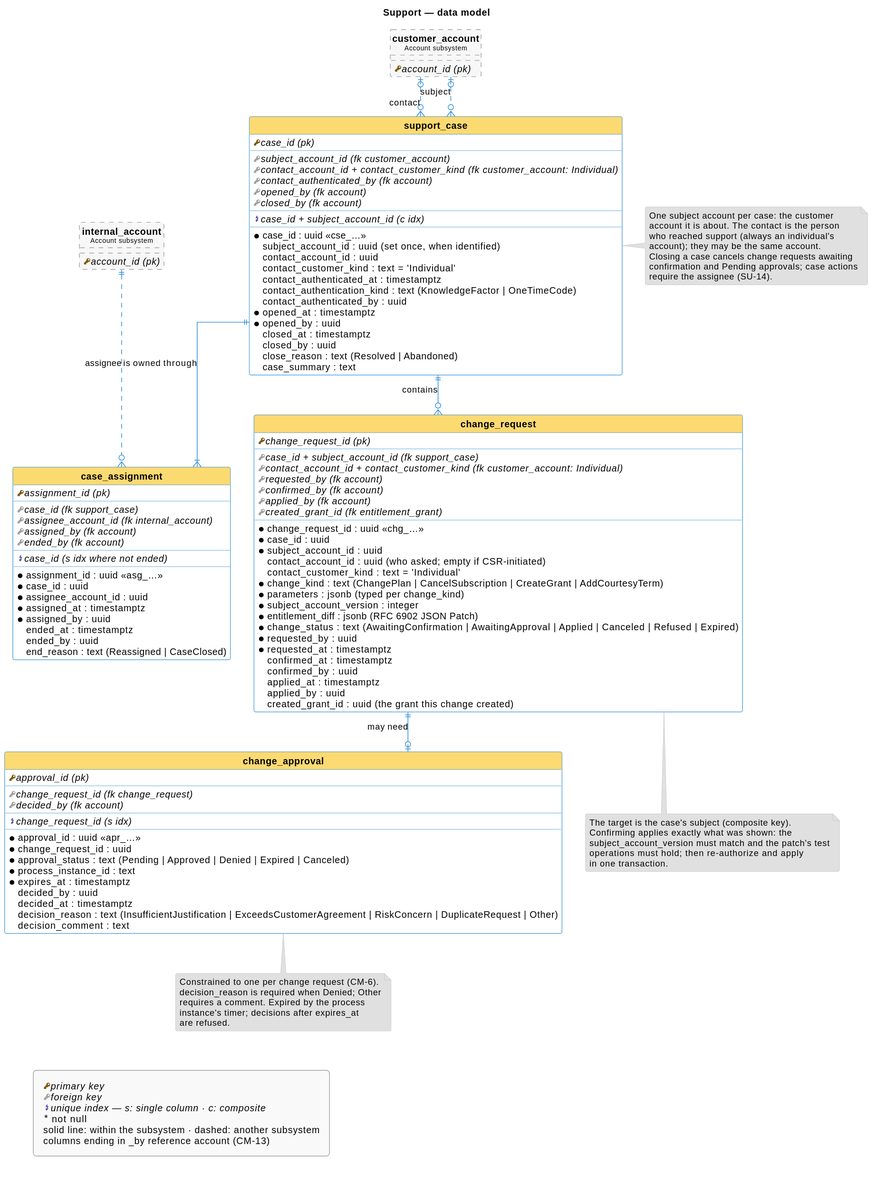
Before: tech-docs/diagrams/support.svg, a diagram exported from PlantUML (bitscrafter/entitlement-assistant-lab).
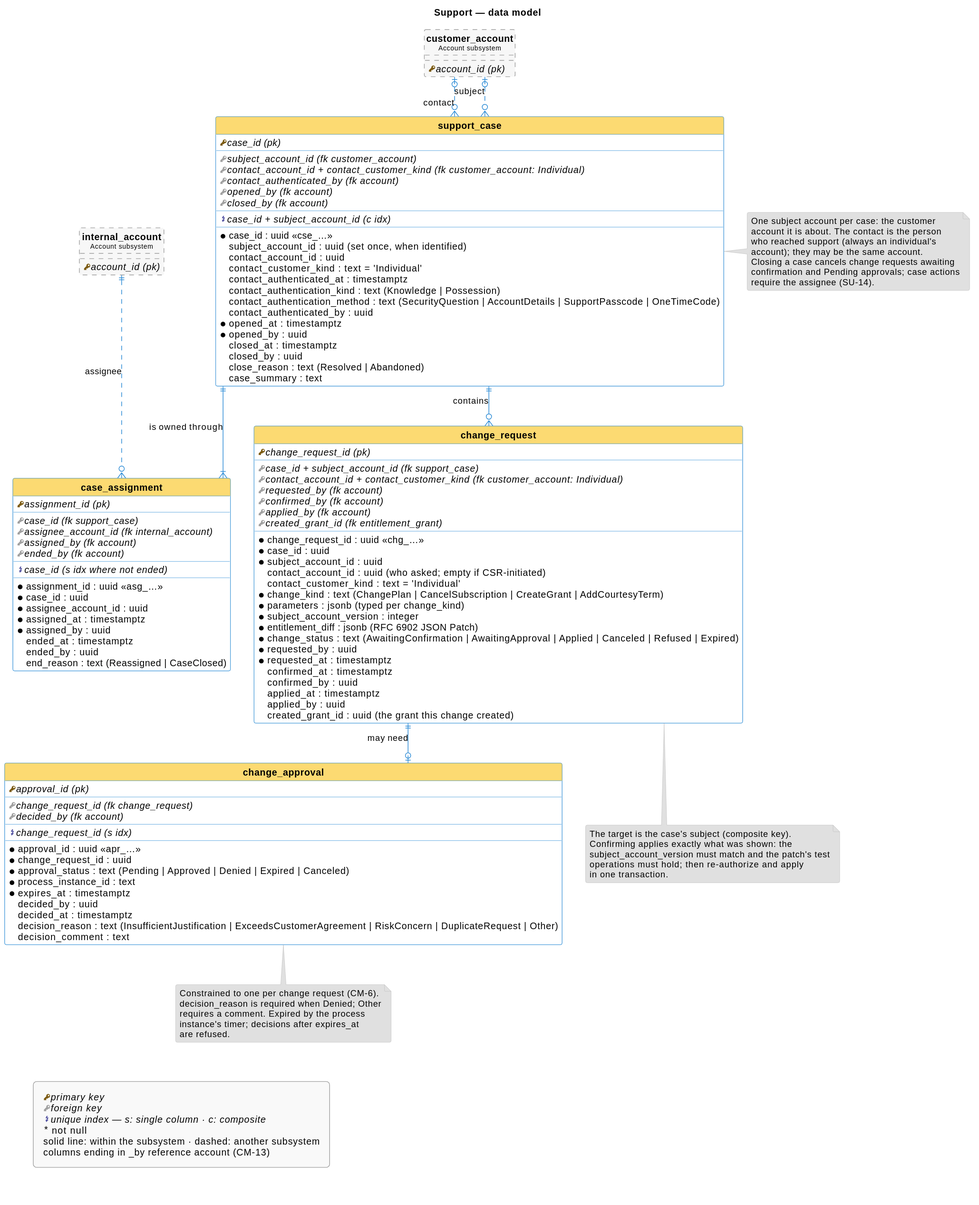
After the commit.

The edit, as a diff of the source:
```diff
@@ -50,7 +50,8 @@
 	contact_account_id : uuid
 	contact_customer_kind : text = 'Individual'
 	contact_authenticated_at : timestamptz
-	contact_authentication_kind : text (KnowledgeFactor | OneTimeCode)
+	contact_authentication_kind : text (Knowledge | Possession)
+	contact_authentication_method : text (SecurityQuestion | AccountDetails | SupportPasscode | OneTimeCode)
 	contact_authenticated_by : uuid
 	* opened_at : timestamptz
 	* opened_by : uuid
```
